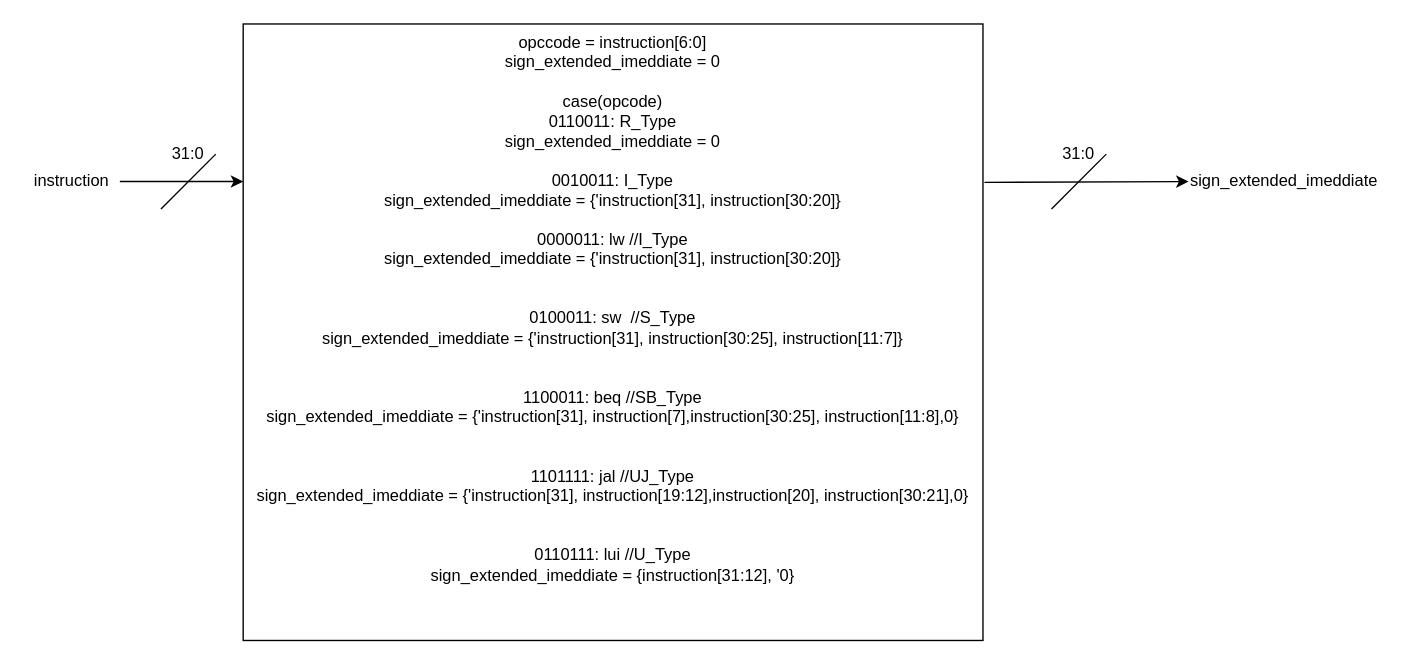
Before: page "immediate_generator" (6 of 9) of docs/rtl.drawio in hassan-alawi/RISC-V, a draw.io diagram. Source tidied: cells renumbered, new cells numbered last; positions are measured from the earlier drawing's top-left corner, leaving out a move shared by most shapes. Both pictures are drawn from the tidied source at 137%, with x=0, y=0 at pixel (23, 23).
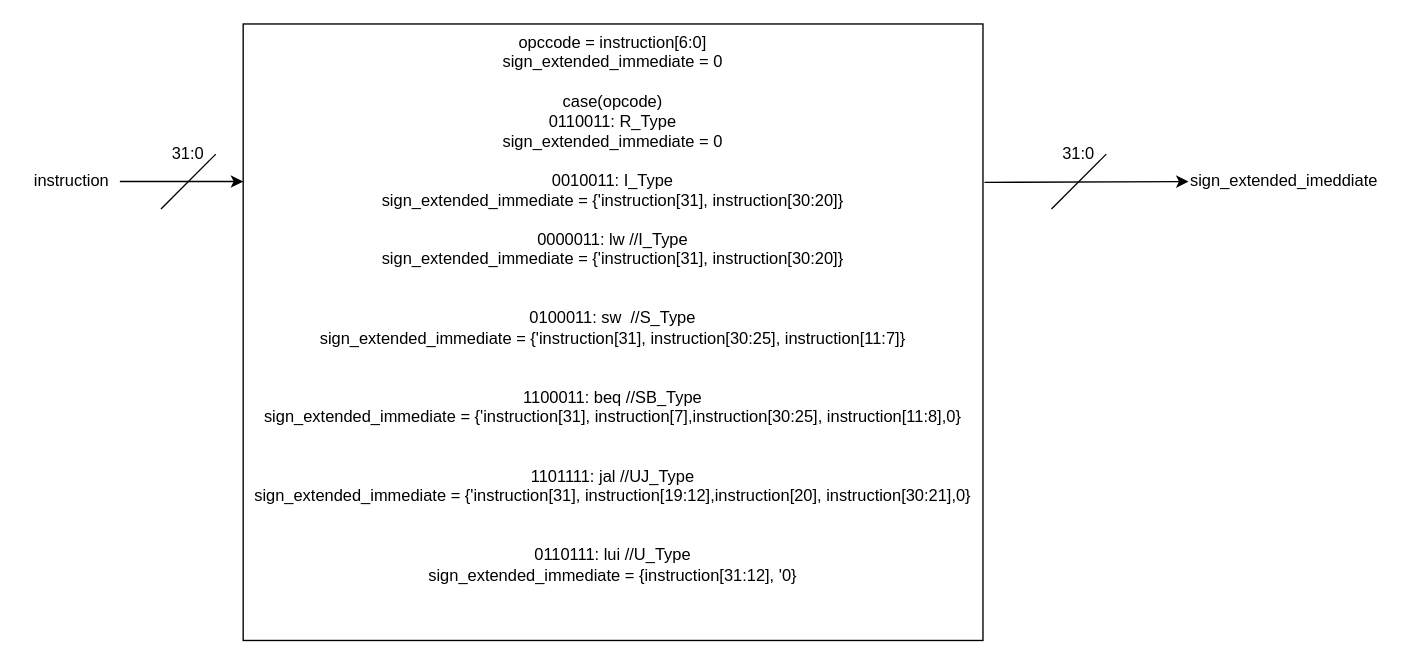
The same diagram, later.

Change to the diagram source:
```diff
@@
 <mxGraphModel>
   <root>
     <mxCell id="0" />
     <mxCell id="1" parent="0" />
-    <mxCell id="2" value="opccode = instruction[6:0]&lt;div&gt;sign_extended_imeddiate = 0&lt;/div&gt;&lt;div&gt;&lt;br&gt;&lt;/div&gt;&lt;div&gt;case(opcode)&lt;/div&gt;&lt;div&gt;&lt;div&gt;0110011: R_Type&lt;/div&gt;&lt;div&gt;sign_extended_imeddiate = 0&lt;/div&gt;&lt;div&gt;&lt;br&gt;&lt;/div&gt;&lt;div&gt;&lt;div&gt;0010011: I_Type&lt;/div&gt;&lt;div&gt;sign_extended_imeddiate = {'instruction[31], instruction[30:20]}&lt;/div&gt;&lt;div&gt;&lt;br&gt;&lt;/div&gt;&lt;/div&gt;&lt;div&gt;&lt;div&gt;0000011: lw&amp;nbsp;&lt;span style=&quot;background-color: initial;&quot;&gt;//I_Type&lt;/span&gt;&lt;/div&gt;&lt;div&gt;&lt;div&gt;sign_extended_imeddiate = {'instruction[31], instruction[30:20]}&lt;/div&gt;&lt;div&gt;&lt;br&gt;&lt;/div&gt;&lt;/div&gt;&lt;/div&gt;&lt;div&gt;&lt;br&gt;&lt;/div&gt;&lt;div&gt;&lt;div&gt;0100011: sw&amp;nbsp; //S_Type&lt;/div&gt;&lt;div&gt;&lt;div&gt;sign_extended_imeddiate = {&lt;span style=&quot;background-color: initial;&quot;&gt;'instruction[31], instruction[30:25]&lt;/span&gt;&lt;span style=&quot;background-color: initial;&quot;&gt;, instruction[11:7]}&lt;/span&gt;&lt;/div&gt;&lt;div&gt;&lt;br&gt;&lt;/div&gt;&lt;/div&gt;&lt;/div&gt;&lt;div&gt;&lt;br&gt;&lt;/div&gt;&lt;div&gt;&lt;div&gt;1100011: beq&amp;nbsp;&lt;span style=&quot;background-color: initial;&quot;&gt;//SB_Type&lt;/span&gt;&lt;/div&gt;&lt;div&gt;&lt;div&gt;sign_extended_imeddiate = {&lt;span style=&quot;background-color: initial;&quot;&gt;'instruction[31],&amp;nbsp;&lt;/span&gt;&lt;span style=&quot;background-color: initial;&quot;&gt;instruction[7]&lt;/span&gt;&lt;span style=&quot;background-color: initial;&quot;&gt;,instruction[30:25]&lt;/span&gt;&lt;span style=&quot;background-color: initial;&quot;&gt;, instruction[11:8],0}&lt;/span&gt;&lt;/div&gt;&lt;div&gt;&lt;br&gt;&lt;/div&gt;&lt;/div&gt;&lt;/div&gt;&lt;/div&gt;&lt;div&gt;&lt;br&gt;&lt;/div&gt;&lt;div&gt;1101111: jal //UJ_Type&lt;/div&gt;&lt;div&gt;&lt;div&gt;sign_extended_imeddiate = {&lt;span style=&quot;background-color: initial;&quot;&gt;'instruction[31],&amp;nbsp;&lt;/span&gt;&lt;span style=&quot;background-color: initial;&quot;&gt;instruction[19:12]&lt;/span&gt;&lt;span style=&quot;background-color: initial;&quot;&gt;,instruction[20]&lt;/span&gt;&lt;span style=&quot;background-color: initial;&quot;&gt;, instruction[30:21],0}&lt;/span&gt;&lt;/div&gt;&lt;div&gt;&lt;br&gt;&lt;/div&gt;&lt;/div&gt;&lt;div&gt;&lt;br&gt;&lt;/div&gt;&lt;div&gt;&lt;div&gt;0110111: lui //U_Type&lt;/div&gt;&lt;div&gt;&lt;div&gt;sign_extended_imeddiate = {&lt;span style=&quot;background-color: initial;&quot;&gt;instruction[31&lt;/span&gt;&lt;span style=&quot;background-color: initial;&quot;&gt;:12]&lt;/span&gt;&lt;span style=&quot;background-color: initial;&quot;&gt;, '&lt;/span&gt;&lt;span style=&quot;background-color: initial;&quot;&gt;0}&lt;/span&gt;&lt;/div&gt;&lt;div&gt;&lt;br&gt;&lt;/div&gt;&lt;/div&gt;&lt;/div&gt;" style="rounded=0;whiteSpace=wrap;html=1;align=center;verticalAlign=top;fontFamily=Helvetica;fontSize=12;fontColor=default;fillColor=default;gradientColor=none;" parent="1" vertex="1">
+    <mxCell id="2" value="opccode = instruction[6:0]&lt;div&gt;sign_extended_immediate = 0&lt;/div&gt;&lt;div&gt;&lt;br&gt;&lt;/div&gt;&lt;div&gt;case(opcode)&lt;/div&gt;&lt;div&gt;&lt;div&gt;0110011: R_Type&lt;/div&gt;&lt;div&gt;sign_extended_immediate = 0&lt;/div&gt;&lt;div&gt;&lt;br&gt;&lt;/div&gt;&lt;div&gt;&lt;div&gt;0010011: I_Type&lt;/div&gt;&lt;div&gt;sign_extended_immediate = {'instruction[31], instruction[30:20]}&lt;/div&gt;&lt;div&gt;&lt;br&gt;&lt;/div&gt;&lt;/div&gt;&lt;div&gt;&lt;div&gt;0000011: lw&amp;nbsp;&lt;span style=&quot;background-color: initial;&quot;&gt;//I_Type&lt;/span&gt;&lt;/div&gt;&lt;div&gt;&lt;div&gt;sign_extended_immediate = {'instruction[31], instruction[30:20]}&lt;/div&gt;&lt;div&gt;&lt;br&gt;&lt;/div&gt;&lt;/div&gt;&lt;/div&gt;&lt;div&gt;&lt;br&gt;&lt;/div&gt;&lt;div&gt;&lt;div&gt;0100011: sw&amp;nbsp; //S_Type&lt;/div&gt;&lt;div&gt;&lt;div&gt;sign_extended_immediate = {&lt;span style=&quot;background-color: initial;&quot;&gt;'instruction[31], instruction[30:25]&lt;/span&gt;&lt;span style=&quot;background-color: initial;&quot;&gt;, instruction[11:7]}&lt;/span&gt;&lt;/div&gt;&lt;div&gt;&lt;br&gt;&lt;/div&gt;&lt;/div&gt;&lt;/div&gt;&lt;div&gt;&lt;br&gt;&lt;/div&gt;&lt;div&gt;&lt;div&gt;1100011: beq&amp;nbsp;&lt;span style=&quot;background-color: initial;&quot;&gt;//SB_Type&lt;/span&gt;&lt;/div&gt;&lt;div&gt;&lt;div&gt;sign_extended_immediate = {&lt;span style=&quot;background-color: initial;&quot;&gt;'instruction[31],&amp;nbsp;&lt;/span&gt;&lt;span style=&quot;background-color: initial;&quot;&gt;instruction[7]&lt;/span&gt;&lt;span style=&quot;background-color: initial;&quot;&gt;,instruction[30:25]&lt;/span&gt;&lt;span style=&quot;background-color: initial;&quot;&gt;, instruction[11:8],0}&lt;/span&gt;&lt;/div&gt;&lt;div&gt;&lt;br&gt;&lt;/div&gt;&lt;/div&gt;&lt;/div&gt;&lt;/div&gt;&lt;div&gt;&lt;br&gt;&lt;/div&gt;&lt;div&gt;1101111: jal //UJ_Type&lt;/div&gt;&lt;div&gt;&lt;div&gt;sign_extended_immediate = {&lt;span style=&quot;background-color: initial;&quot;&gt;'instruction[31],&amp;nbsp;&lt;/span&gt;&lt;span style=&quot;background-color: initial;&quot;&gt;instruction[19:12]&lt;/span&gt;&lt;span style=&quot;background-color: initial;&quot;&gt;,instruction[20]&lt;/span&gt;&lt;span style=&quot;background-color: initial;&quot;&gt;, instruction[30:21],0}&lt;/span&gt;&lt;/div&gt;&lt;div&gt;&lt;br&gt;&lt;/div&gt;&lt;/div&gt;&lt;div&gt;&lt;br&gt;&lt;/div&gt;&lt;div&gt;&lt;div&gt;0110111: lui //U_Type&lt;/div&gt;&lt;div&gt;&lt;div&gt;sign_extended_immediate = {&lt;span style=&quot;background-color: initial;&quot;&gt;instruction[31&lt;/span&gt;&lt;span style=&quot;background-color: initial;&quot;&gt;:12]&lt;/span&gt;&lt;span style=&quot;background-color: initial;&quot;&gt;, '&lt;/span&gt;&lt;span style=&quot;background-color: initial;&quot;&gt;0}&lt;/span&gt;&lt;/div&gt;&lt;div&gt;&lt;br&gt;&lt;/div&gt;&lt;/div&gt;&lt;/div&gt;" style="rounded=0;whiteSpace=wrap;html=1;align=center;verticalAlign=top;fontFamily=Helvetica;fontSize=12;fontColor=default;fillColor=default;gradientColor=none;" parent="1" vertex="1">
       <mxGeometry x="160" width="540" height="450" as="geometry" />
     </mxCell>
     <mxCell id="3" style="endArrow=classic;html=1;rounded=0;fontFamily=Helvetica;fontSize=12;fontColor=default;exitX=1;exitY=0.5;exitDx=0;exitDy=0;" parent="1" edge="1" source="4">
       <mxGeometry relative="1" as="geometry">
         <mxPoint x="160" y="115" as="targetPoint" />
       </mxGeometry>
     </mxCell>
     <mxCell id="4" value="instruction" style="text;html=1;align=center;verticalAlign=middle;whiteSpace=wrap;rounded=0;fontFamily=Helvetica;fontSize=12;fontColor=default;" parent="1" vertex="1">
       <mxGeometry y="100" width="70" height="30" as="geometry" />
     </mxCell>
     <mxCell id="5" style="endArrow=none;html=1;rounded=0;fontFamily=Helvetica;fontSize=12;fontColor=default;" parent="1" edge="1">
       <mxGeometry relative="1" as="geometry">
         <mxPoint x="100" y="135" as="sourcePoint" />
         <mxPoint x="140" y="95" as="targetPoint" />
       </mxGeometry>
     </mxCell>
     <mxCell id="6" value="31:0" style="text;html=1;align=center;verticalAlign=middle;whiteSpace=wrap;rounded=0;fontFamily=Helvetica;fontSize=12;fontColor=default;" parent="1" vertex="1">
       <mxGeometry x="90" y="80" width="60" height="30" as="geometry" />
     </mxCell>
     <mxCell id="7" style="endArrow=classic;html=1;rounded=0;fontFamily=Helvetica;fontSize=12;fontColor=default;exitX=1.002;exitY=0.257;exitDx=0;exitDy=0;exitPerimeter=0;" parent="1" edge="1" source="2">
       <mxGeometry relative="1" as="geometry">
         <mxPoint x="850" y="115" as="targetPoint" />
       </mxGeometry>
     </mxCell>
     <mxCell id="8" value="sign_extended_imeddiate" style="text;html=1;align=center;verticalAlign=middle;whiteSpace=wrap;rounded=0;fontFamily=Helvetica;fontSize=12;fontColor=default;" parent="1" vertex="1">
       <mxGeometry x="850" y="100" width="140" height="30" as="geometry" />
     </mxCell>
     <mxCell id="9" style="endArrow=none;html=1;rounded=0;fontFamily=Helvetica;fontSize=12;fontColor=default;" parent="1" edge="1">
       <mxGeometry relative="1" as="geometry">
         <mxPoint x="750" y="135" as="sourcePoint" />
         <mxPoint x="790" y="95" as="targetPoint" />
       </mxGeometry>
     </mxCell>
     <mxCell id="10" value="31:0" style="text;html=1;align=center;verticalAlign=middle;whiteSpace=wrap;rounded=0;fontFamily=Helvetica;fontSize=12;fontColor=default;" parent="1" vertex="1">
       <mxGeometry x="740" y="80" width="60" height="30" as="geometry" />
     </mxCell>
   </root>
 </mxGraphModel>
```
